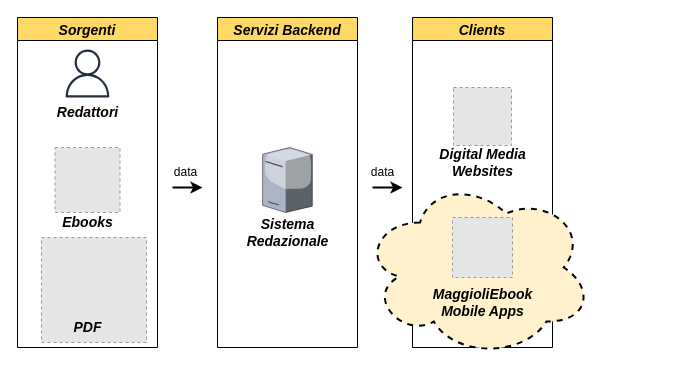
Above: page "Page-21" (18 of 21) of tesi-2.drawio in paganellif/tesi-paganelli (draw.io), before the change. Source tidied: cells renumbered, new cells numbered last; positions are measured from the earlier drawing's top-left corner, leaving out a move shared by most shapes. Both pictures are drawn from the tidied source at 100%, with x=0, y=0 at pixel (17, 17). Pictures stored in the file or linked from it are replaced by grey dashed boxes.
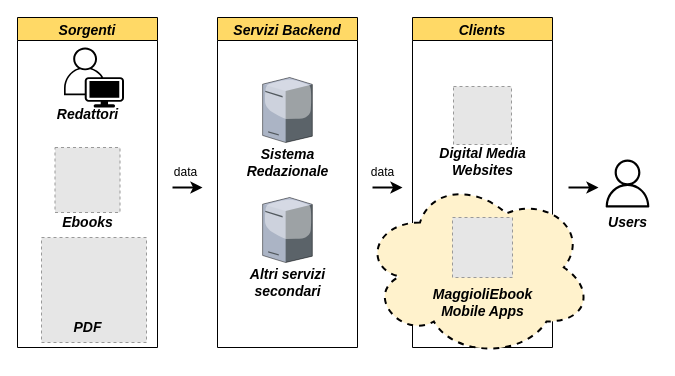
The same page after the edit.

Unchanged cells that the change refers to:
```xml
<mxCell id="9" value="Sorgenti" style="swimlane;fillColor=#FFD966;fontSize=14;fontStyle=3;" parent="1" vertex="1">
  <mxGeometry width="140" height="330" as="geometry" />
</mxCell>
<mxCell id="10" value="Servizi Backend" style="swimlane;fillColor=#FFD966;fontSize=14;fontStyle=3;" parent="1" vertex="1">
  <mxGeometry x="200" width="140" height="330" as="geometry" />
</mxCell>
<mxCell id="14" value="Clients" style="swimlane;fillColor=#FFD966;fontSize=14;fontStyle=3;" parent="1" vertex="1">
  <mxGeometry x="395" width="140" height="330" as="geometry" />
</mxCell>
```

Diff of the diagram source:
```diff
@@
-    <mxCell id="2" style="sketch=0;fontColor=#232F3E;gradientColor=none;fillColor=#232F3D;strokeColor=none;dashed=0;verticalLabelPosition=bottom;verticalAlign=top;align=center;html=1;fontSize=12;fontStyle=0;shape=mxgraph.aws4.user;" parent="1" vertex="1">
-      <mxGeometry x="46" y="32" width="48" height="48" as="geometry" />
-    </mxCell>
     <mxCell id="3" value="&lt;font style=&quot;font-size: 14px;&quot;&gt;&lt;i&gt;&lt;b&gt;Redattori&lt;/b&gt;&lt;/i&gt;&lt;/font&gt;" style="text;html=1;align=center;verticalAlign=middle;strokeColor=none;fillColor=none;" parent="1" vertex="1">
-      <mxGeometry x="30" y="80" width="80" height="30" as="geometry" />
+      <mxGeometry x="30" y="82" width="80" height="30" as="geometry" />
     </mxCell>
@@
+    <mxCell id="22" style="verticalLabelPosition=bottom;sketch=0;html=1;verticalAlign=top;align=center;shape=mxgraph.cisco19.user;fillColor=#000000;strokeColor=none;" parent="9" vertex="1">
+      <mxGeometry x="46.5" y="30" width="60" height="60" as="geometry" />
+    </mxCell>
@@
     <mxCell id="11" style="verticalLabelPosition=bottom;sketch=0;html=1;verticalAlign=top;strokeColor=none;align=center;shape=mxgraph.citrix.license_server;fontSize=14;fillColor=#FFF2CC;" parent="10" vertex="1">
-      <mxGeometry x="45.1" y="130" width="49.7" height="65" as="geometry" />
+      <mxGeometry x="45.1" y="60" width="49.7" height="65" as="geometry" />
     </mxCell>
     <mxCell id="12" value="&lt;i&gt;&lt;b&gt;Sistema &lt;br&gt;Redazionale&lt;/b&gt;&lt;/i&gt;" style="text;html=1;align=center;verticalAlign=middle;strokeColor=none;fillColor=none;fontSize=14;" parent="10" vertex="1">
-      <mxGeometry x="15" y="190" width="110" height="50" as="geometry" />
+      <mxGeometry x="15" y="120" width="110" height="50" as="geometry" />
     </mxCell>
+    <mxCell id="23" style="verticalLabelPosition=bottom;sketch=0;html=1;verticalAlign=top;strokeColor=none;align=center;shape=mxgraph.citrix.license_server;fontSize=14;fillColor=#FFF2CC;" parent="10" vertex="1">
+      <mxGeometry x="45.1" y="180" width="49.7" height="65" as="geometry" />
+    </mxCell>
+    <mxCell id="24" value="&lt;b&gt;&lt;i&gt;Altri servizi &lt;br&gt;secondari&lt;/i&gt;&lt;/b&gt;" style="text;html=1;align=center;verticalAlign=middle;strokeColor=none;fillColor=none;fontSize=14;" parent="10" vertex="1">
+      <mxGeometry x="20" y="240" width="100" height="50" as="geometry" />
+    </mxCell>
@@
     <mxCell id="15" style="fillColor=#E6E6E6;strokeColor=#999999;dashed=1;html=1;verticalAlign=top;verticalLabelPosition=bottom;labelBackgroundColor=#ffffff;fontSize=19;" parent="14" vertex="1">
-      <mxGeometry x="41" y="70" width="58" height="58" as="geometry" />
+      <mxGeometry x="41" y="69" width="58" height="58" as="geometry" />
     </mxCell>
     <mxCell id="16" value="&lt;font style=&quot;font-size: 14px;&quot;&gt;&lt;i&gt;&lt;b&gt;Digital Media&lt;br&gt;Websites&lt;/b&gt;&lt;/i&gt;&lt;/font&gt;" style="text;html=1;align=center;verticalAlign=middle;strokeColor=none;fillColor=none;" parent="14" vertex="1">
-      <mxGeometry x="15" y="120" width="110" height="50" as="geometry" />
+      <mxGeometry x="15" y="119" width="110" height="50" as="geometry" />
     </mxCell>
@@
+    <mxCell id="25" style="sketch=0;fontColor=#232F3E;gradientColor=none;fillColor=#000000;strokeColor=none;dashed=0;verticalLabelPosition=bottom;verticalAlign=top;align=center;html=1;fontSize=12;fontStyle=0;shape=mxgraph.aws4.user;" parent="1" vertex="1">
+      <mxGeometry x="586" y="142" width="48" height="48" as="geometry" />
+    </mxCell>
+    <mxCell id="26" value="&lt;font style=&quot;font-size: 14px;&quot;&gt;&lt;i&gt;&lt;b&gt;Users&lt;/b&gt;&lt;/i&gt;&lt;/font&gt;" style="text;html=1;align=center;verticalAlign=middle;strokeColor=none;fillColor=none;" parent="1" vertex="1">
+      <mxGeometry x="580" y="190" width="60" height="30" as="geometry" />
+    </mxCell>
+    <mxCell id="27" style="endArrow=classic;html=1;rounded=0;fontSize=19;strokeWidth=2;" parent="1" edge="1">
+      <mxGeometry relative="1" as="geometry">
+        <mxPoint x="551" y="170" as="sourcePoint" />
+        <mxPoint x="581" y="170" as="targetPoint" />
+      </mxGeometry>
+    </mxCell>
```
